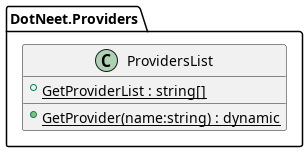
Earlier version of the PlantUML export UML/Providers/Providers.png (newbee1905/DotNeet).
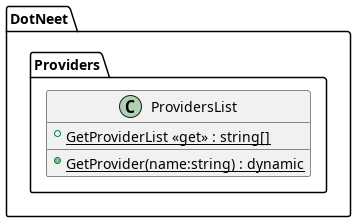
After the commit.

Change to the diagram source:
```diff
@@ -1,8 +1,10 @@
 @startuml
-namespace DotNeet.Providers {
-	class ProvidersList {
-		+ {static} GetProviderList : string[]
-		+ {static} GetProvider(name:string) : dynamic
+namespace DotNeet {
+	namespace DotNeet.Providers {
+		class ProvidersList {
+			+ {static} GetProviderList <<get>> : string[]
+			+ {static} GetProvider(name:string) : dynamic
+		}
 	}
 }
 @enduml
```
